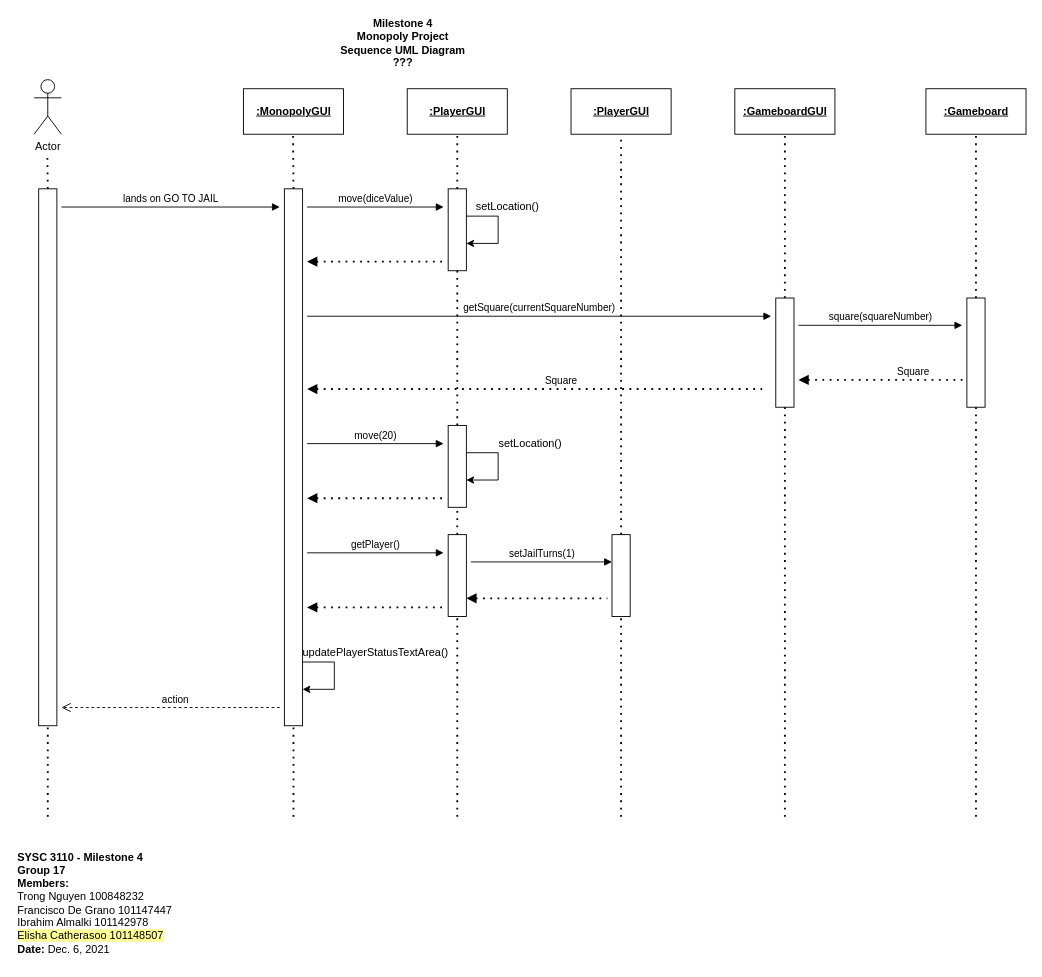
trong0dn/monopoly keeps this draw.io diagram as page "SequenceUML_2" (3 of 5) of M4_ClassUML.drawio. Above is the earlier version. Source tidied: cells renumbered, new cells numbered last; positions are measured from the earlier drawing's top-left corner, leaving out a move shared by most shapes. Both pictures are drawn from the tidied source at 91%, with x=0, y=0 at pixel (15, 15).
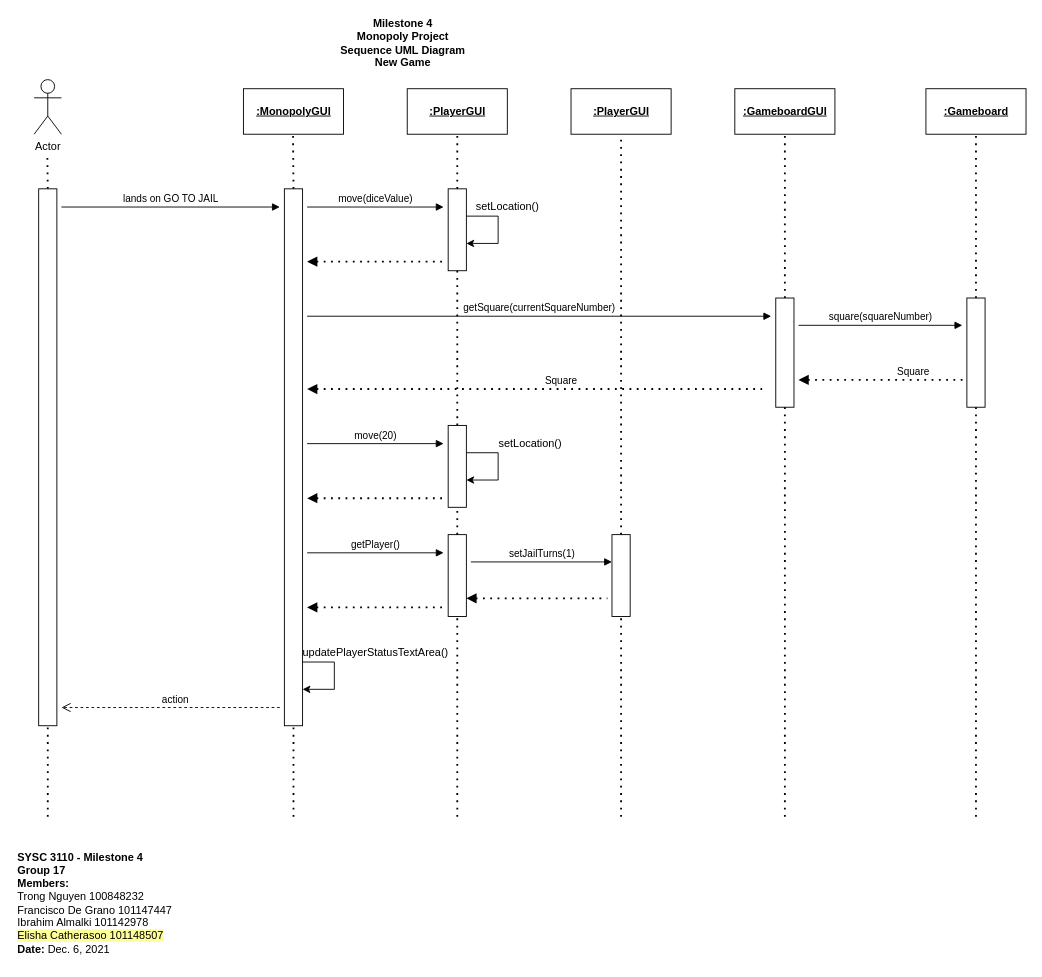
The same diagram, later.

Diff of the diagram source:
```diff
@@
-    <mxCell id="3" value="&lt;b&gt;Milestone 4&lt;/b&gt;&lt;br&gt;&lt;b&gt;Monopoly Project&lt;/b&gt;&lt;br&gt;&lt;b&gt;Sequence UML Diagram&lt;/b&gt;&lt;br&gt;&lt;b&gt;???&lt;/b&gt;" style="text;html=1;align=center;verticalAlign=middle;strokeColor=none;fillColor=none;" parent="1" vertex="1">
+    <mxCell id="3" value="&lt;b&gt;Milestone 4&lt;/b&gt;&lt;br&gt;&lt;b&gt;Monopoly Project&lt;/b&gt;&lt;br&gt;&lt;b&gt;Sequence UML Diagram&lt;/b&gt;&lt;br&gt;&lt;b&gt;New Game&lt;/b&gt;" style="text;html=1;align=center;verticalAlign=middle;strokeColor=none;fillColor=none;" parent="1" vertex="1">
       <mxGeometry x="350" width="150" height="60" as="geometry" />
     </mxCell>
```
